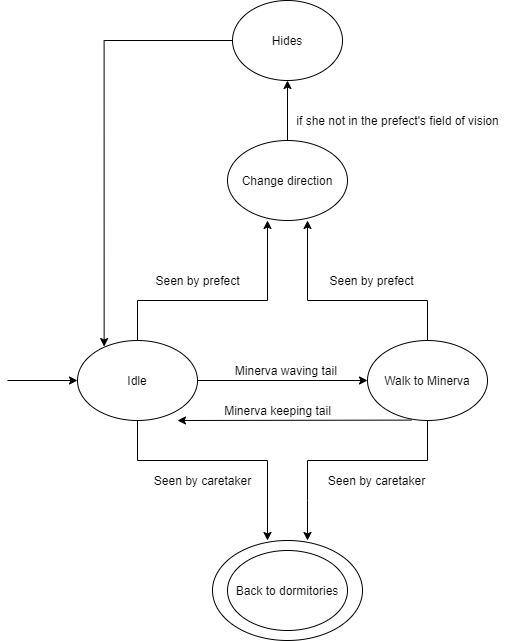
Sephirothbahamut/Accio-Niffler keeps this draw.io diagram as Documentation/Pictures/Level/FSM/Delphini_FSM.png. Above is the earlier version. Source tidied: cells renumbered, new cells last; positions are measured from the earlier drawing's top-left corner, leaving out a move shared by most shapes.
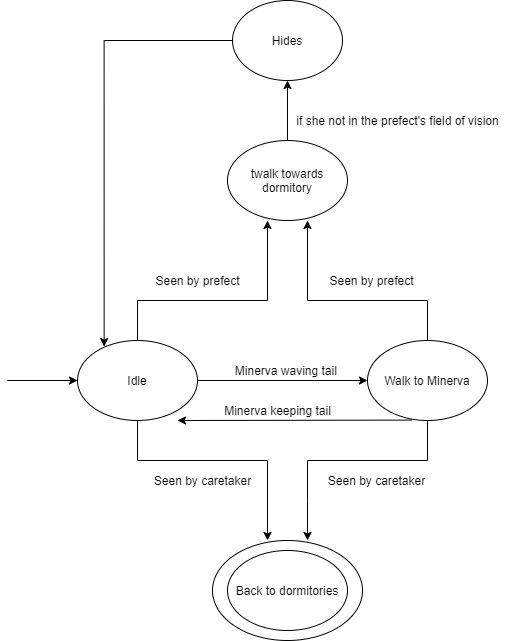
Later version of the same file.

Commit message:
fixed delphini fsm

What changed in the source:
```diff
@@ -86,7 +86,7 @@
     <mxCell id="19" style="edgeStyle=orthogonalEdgeStyle;rounded=0;jettySize=auto;html=1;" parent="1" edge="1" source="20" target="22">
       <mxGeometry relative="1" as="geometry" />
     </mxCell>
-    <mxCell id="20" value="Change direction" style="ellipse;whiteSpace=wrap;html=1;" parent="1" vertex="1">
+    <mxCell id="20" value="twalk towards dormitory" style="ellipse;whiteSpace=wrap;html=1;" parent="1" vertex="1">
       <mxGeometry x="220" y="140" width="120" height="80" as="geometry" />
     </mxCell>
     <mxCell id="21" style="edgeStyle=orthogonalEdgeStyle;rounded=0;jettySize=auto;html=1;entryX=0.222;entryY=0.076;entryDx=0;entryDy=0;entryPerimeter=0;" parent="1" edge="1" source="22" target="6">
```
